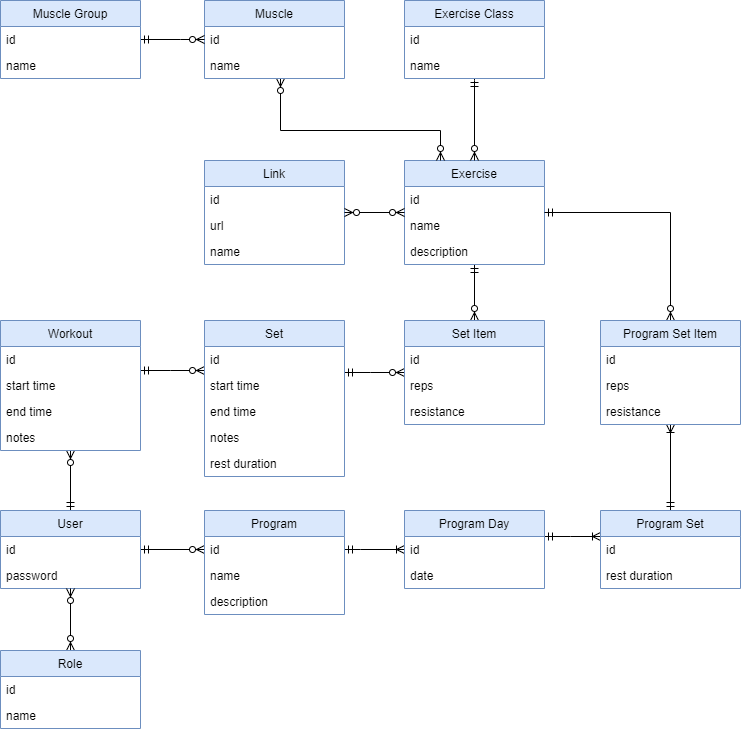
toivjon/max-pondus keeps this draw.io diagram as documentation/entities.png. Above is the earlier version. Source tidied: cells renumbered, new cells last; positions are measured from the earlier drawing's top-left corner, leaving out a move shared by most shapes.
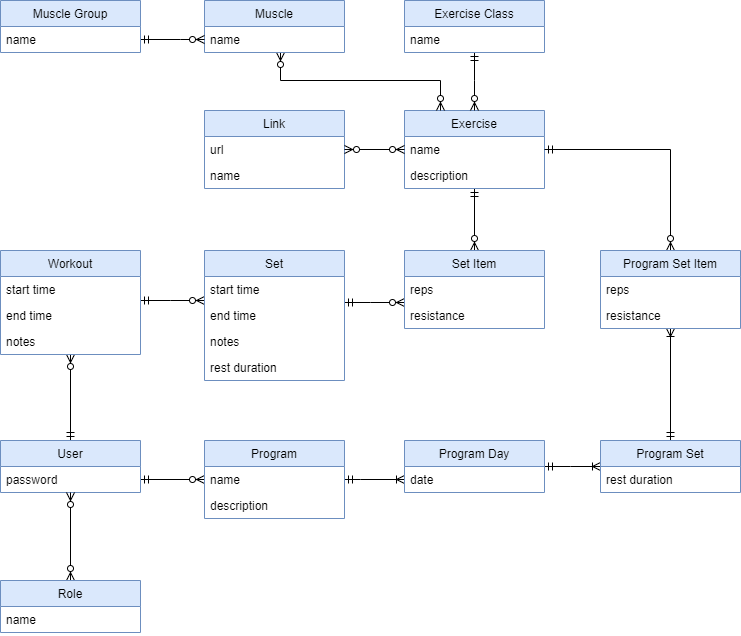
Later version of the same file.

Commit message:
Removed explicit ID attributes from the entity diagram.

What changed in the source:
```diff
@@ -14,93 +14,75 @@
       </mxGeometry>
     </mxCell>
     <mxCell id="4" value="User" style="swimlane;fontStyle=0;horizontal=1;startSize=26;fillColor=#dae8fc;strokeColor=#6c8ebf;" parent="1" vertex="1">
-      <mxGeometry y="510" width="140" height="78" as="geometry" />
+      <mxGeometry y="510" width="140" height="52" as="geometry" />
     </mxCell>
-    <mxCell id="5" value="id" style="text;strokeColor=none;fillColor=none;align=left;verticalAlign=top;spacingLeft=4;spacingRight=4;overflow=hidden;" parent="4" vertex="1">
-      <mxGeometry y="26" width="140" height="26" as="geometry" />
-    </mxCell>
     <mxCell id="6" value="password" style="text;strokeColor=none;fillColor=none;align=left;verticalAlign=top;spacingLeft=4;spacingRight=4;overflow=hidden;" parent="4" vertex="1">
-      <mxGeometry y="52" width="140" height="26" as="geometry" />
+      <mxGeometry y="26" width="140" height="26" as="geometry" />
     </mxCell>
     <mxCell id="7" style="edgeStyle=orthogonalEdgeStyle;rounded=0;jettySize=auto;html=1;endArrow=ERzeroToMany;endFill=1;startArrow=ERzeroToMany;startFill=1;" parent="1" edge="1" source="8" target="4">
       <mxGeometry relative="1" as="geometry" />
     </mxCell>
     <mxCell id="8" value="Role" style="swimlane;fontStyle=0;horizontal=1;startSize=26;fillColor=#dae8fc;strokeColor=#6c8ebf;" parent="1" vertex="1">
-      <mxGeometry y="650" width="140" height="78" as="geometry" />
+      <mxGeometry y="650" width="140" height="52" as="geometry" />
     </mxCell>
-    <mxCell id="9" value="id" style="text;strokeColor=none;fillColor=none;align=left;verticalAlign=top;spacingLeft=4;spacingRight=4;overflow=hidden;" parent="8" vertex="1">
-      <mxGeometry y="26" width="140" height="26" as="geometry" />
-    </mxCell>
     <mxCell id="10" value="name" style="text;strokeColor=none;fillColor=none;align=left;verticalAlign=top;spacingLeft=4;spacingRight=4;overflow=hidden;" parent="8" vertex="1">
-      <mxGeometry y="52" width="140" height="26" as="geometry" />
+      <mxGeometry y="26" width="140" height="26" as="geometry" />
     </mxCell>
     <mxCell id="11" style="edgeStyle=orthogonalEdgeStyle;rounded=0;jettySize=auto;html=1;startArrow=ERmandOne;startFill=0;endArrow=ERzeroToMany;endFill=1;" parent="1" edge="1" source="12" target="42">
       <mxGeometry relative="1" as="geometry" />
     </mxCell>
     <mxCell id="12" value="Exercise" style="swimlane;fontStyle=0;horizontal=1;startSize=26;fillColor=#dae8fc;strokeColor=#6c8ebf;" parent="1" vertex="1">
-      <mxGeometry x="404" y="160" width="140" height="104" as="geometry" />
+      <mxGeometry x="404" y="180" width="140" height="78" as="geometry" />
     </mxCell>
-    <mxCell id="13" value="id" style="text;strokeColor=none;fillColor=none;align=left;verticalAlign=top;spacingLeft=4;spacingRight=4;overflow=hidden;" parent="12" vertex="1">
-      <mxGeometry y="26" width="140" height="26" as="geometry" />
-    </mxCell>
     <mxCell id="14" value="name" style="text;align=left;verticalAlign=top;spacingLeft=4;spacingRight=4;overflow=hidden;" parent="12" vertex="1">
-      <mxGeometry y="52" width="140" height="26" as="geometry" />
+      <mxGeometry y="26" width="140" height="26" as="geometry" />
     </mxCell>
     <mxCell id="15" value="description" style="text;align=left;verticalAlign=top;spacingLeft=4;spacingRight=4;overflow=hidden;" parent="12" vertex="1">
-      <mxGeometry y="78" width="140" height="26" as="geometry" />
+      <mxGeometry y="52" width="140" height="26" as="geometry" />
     </mxCell>
     <mxCell id="16" value="Link" style="swimlane;fontStyle=0;horizontal=1;startSize=26;fillColor=#dae8fc;strokeColor=#6c8ebf;" parent="1" vertex="1">
-      <mxGeometry x="204" y="160" width="140" height="104" as="geometry" />
+      <mxGeometry x="204" y="180" width="140" height="78" as="geometry" />
     </mxCell>
-    <mxCell id="17" value="id" style="text;strokeColor=none;fillColor=none;align=left;verticalAlign=top;spacingLeft=4;spacingRight=4;overflow=hidden;" parent="16" vertex="1">
-      <mxGeometry y="26" width="140" height="26" as="geometry" />
-    </mxCell>
     <mxCell id="18" value="url" style="text;strokeColor=none;fillColor=none;align=left;verticalAlign=top;spacingLeft=4;spacingRight=4;overflow=hidden;" parent="16" vertex="1">
-      <mxGeometry y="52" width="140" height="26" as="geometry" />
+      <mxGeometry y="26" width="140" height="26" as="geometry" />
     </mxCell>
     <mxCell id="19" value="name" style="text;align=left;verticalAlign=top;spacingLeft=4;spacingRight=4;overflow=hidden;" parent="16" vertex="1">
-      <mxGeometry y="78" width="140" height="26" as="geometry" />
+      <mxGeometry y="52" width="140" height="26" as="geometry" />
     </mxCell>
     <mxCell id="20" style="edgeStyle=orthogonalEdgeStyle;rounded=0;jettySize=auto;html=1;startArrow=ERzeroToMany;startFill=1;endArrow=ERzeroToMany;endFill=1;" parent="1" edge="1" source="12" target="16">
       <mxGeometry relative="1" as="geometry">
         <Array as="points">
-          <mxPoint x="274" y="230" />
+          <mxPoint x="274" y="250" />
         </Array>
       </mxGeometry>
     </mxCell>
     <mxCell id="21" style="edgeStyle=orthogonalEdgeStyle;rounded=0;jettySize=auto;html=1;startArrow=ERzeroToMany;startFill=1;endArrow=ERzeroToMany;endFill=1;" parent="1" edge="1" source="22" target="12">
       <mxGeometry relative="1" as="geometry">
         <Array as="points">
-          <mxPoint x="280" y="130" />
-          <mxPoint x="440" y="130" />
+          <mxPoint x="280" y="150" />
+          <mxPoint x="440" y="150" />
         </Array>
       </mxGeometry>
     </mxCell>
     <mxCell id="22" value="Muscle" style="swimlane;fontStyle=0;horizontal=1;startSize=26;fillColor=#dae8fc;strokeColor=#6c8ebf;" parent="1" vertex="1">
-      <mxGeometry x="204" width="140" height="78" as="geometry" />
+      <mxGeometry x="204" y="70" width="140" height="52" as="geometry" />
     </mxCell>
-    <mxCell id="23" value="id" style="text;strokeColor=none;fillColor=none;align=left;verticalAlign=top;spacingLeft=4;spacingRight=4;overflow=hidden;" parent="22" vertex="1">
-      <mxGeometry y="26" width="140" height="26" as="geometry" />
-    </mxCell>
     <mxCell id="24" value="name" style="text;strokeColor=none;fillColor=none;align=left;verticalAlign=top;spacingLeft=4;spacingRight=4;overflow=hidden;" parent="22" vertex="1">
-      <mxGeometry y="52" width="140" height="26" as="geometry" />
+      <mxGeometry y="26" width="140" height="26" as="geometry" />
     </mxCell>
     <mxCell id="25" style="edgeStyle=orthogonalEdgeStyle;rounded=0;jettySize=auto;html=1;startArrow=ERmandOne;startFill=0;endArrow=ERzeroToMany;endFill=1;" parent="1" edge="1" source="26" target="12">
       <mxGeometry relative="1" as="geometry">
         <Array as="points">
-          <mxPoint x="474" y="80" />
-          <mxPoint x="474" y="80" />
+          <mxPoint x="474" y="150" />
+          <mxPoint x="474" y="150" />
         </Array>
       </mxGeometry>
     </mxCell>
     <mxCell id="26" value="Exercise Class" style="swimlane;fontStyle=0;horizontal=1;startSize=26;fillColor=#dae8fc;strokeColor=#6c8ebf;" parent="1" vertex="1">
-      <mxGeometry x="404" width="140" height="78" as="geometry" />
+      <mxGeometry x="404" y="70" width="140" height="52" as="geometry" />
     </mxCell>
-    <mxCell id="27" value="id" style="text;strokeColor=none;fillColor=none;align=left;verticalAlign=top;spacingLeft=4;spacingRight=4;overflow=hidden;" parent="26" vertex="1">
-      <mxGeometry y="26" width="140" height="26" as="geometry" />
-    </mxCell>
     <mxCell id="28" value="name" style="text;strokeColor=none;fillColor=none;align=left;verticalAlign=top;spacingLeft=4;spacingRight=4;overflow=hidden;" parent="26" vertex="1">
-      <mxGeometry y="52" width="140" height="26" as="geometry" />
+      <mxGeometry y="26" width="140" height="26" as="geometry" />
     </mxCell>
     <mxCell id="29" style="edgeStyle=orthogonalEdgeStyle;rounded=0;jettySize=auto;html=1;startArrow=ERmandOne;startFill=0;endArrow=ERzeroToMany;endFill=1;" parent="1" edge="1" source="30" target="36">
       <mxGeometry relative="1" as="geometry">
@@ -111,19 +93,16 @@
       </mxGeometry>
     </mxCell>
     <mxCell id="30" value="Workout" style="swimlane;fontStyle=0;horizontal=1;startSize=26;fillColor=#dae8fc;strokeColor=#6c8ebf;" parent="1" vertex="1">
-      <mxGeometry y="320" width="140" height="130" as="geometry" />
+      <mxGeometry y="320" width="140" height="104" as="geometry" />
     </mxCell>
-    <mxCell id="31" value="id" style="text;strokeColor=none;fillColor=none;align=left;verticalAlign=top;spacingLeft=4;spacingRight=4;overflow=hidden;" parent="30" vertex="1">
-      <mxGeometry y="26" width="140" height="26" as="geometry" />
-    </mxCell>
     <mxCell id="32" value="start time" style="text;strokeColor=none;fillColor=none;align=left;verticalAlign=top;spacingLeft=4;spacingRight=4;overflow=hidden;" parent="30" vertex="1">
-      <mxGeometry y="52" width="140" height="26" as="geometry" />
+      <mxGeometry y="26" width="140" height="26" as="geometry" />
     </mxCell>
     <mxCell id="33" value="end time" style="text;strokeColor=none;fillColor=none;align=left;verticalAlign=top;spacingLeft=4;spacingRight=4;overflow=hidden;" parent="30" vertex="1">
-      <mxGeometry y="78" width="140" height="26" as="geometry" />
+      <mxGeometry y="52" width="140" height="26" as="geometry" />
     </mxCell>
     <mxCell id="34" value="notes" style="text;strokeColor=none;fillColor=none;align=left;verticalAlign=top;spacingLeft=4;spacingRight=4;overflow=hidden;" parent="30" vertex="1">
-      <mxGeometry y="104" width="140" height="26" as="geometry" />
+      <mxGeometry y="78" width="140" height="26" as="geometry" />
     </mxCell>
     <mxCell id="35" style="edgeStyle=orthogonalEdgeStyle;rounded=0;jettySize=auto;html=1;startArrow=ERmandOne;startFill=0;endArrow=ERzeroToMany;endFill=1;" parent="1" edge="1" source="36" target="42">
       <mxGeometry relative="1" as="geometry">
@@ -134,51 +113,42 @@
       </mxGeometry>
     </mxCell>
     <mxCell id="36" value="Set" style="swimlane;fontStyle=0;horizontal=1;startSize=26;fillColor=#dae8fc;strokeColor=#6c8ebf;" parent="1" vertex="1">
-      <mxGeometry x="204" y="320" width="140" height="156" as="geometry" />
+      <mxGeometry x="204" y="320" width="140" height="130" as="geometry" />
     </mxCell>
-    <mxCell id="37" value="id" style="text;strokeColor=none;fillColor=none;align=left;verticalAlign=top;spacingLeft=4;spacingRight=4;overflow=hidden;" parent="36" vertex="1">
-      <mxGeometry y="26" width="140" height="26" as="geometry" />
-    </mxCell>
     <mxCell id="38" value="start time" style="text;strokeColor=none;fillColor=none;align=left;verticalAlign=top;spacingLeft=4;spacingRight=4;overflow=hidden;" parent="36" vertex="1">
-      <mxGeometry y="52" width="140" height="26" as="geometry" />
+      <mxGeometry y="26" width="140" height="26" as="geometry" />
     </mxCell>
     <mxCell id="39" value="end time" style="text;strokeColor=none;fillColor=none;align=left;verticalAlign=top;spacingLeft=4;spacingRight=4;overflow=hidden;" parent="36" vertex="1">
-      <mxGeometry y="78" width="140" height="26" as="geometry" />
+      <mxGeometry y="52" width="140" height="26" as="geometry" />
     </mxCell>
     <mxCell id="40" value="notes" style="text;strokeColor=none;fillColor=none;align=left;verticalAlign=top;spacingLeft=4;spacingRight=4;overflow=hidden;" parent="36" vertex="1">
-      <mxGeometry y="104" width="140" height="26" as="geometry" />
+      <mxGeometry y="78" width="140" height="26" as="geometry" />
     </mxCell>
     <mxCell id="41" value="rest duration" style="text;align=left;verticalAlign=top;spacingLeft=4;spacingRight=4;overflow=hidden;" parent="36" vertex="1">
-      <mxGeometry y="130" width="140" height="26" as="geometry" />
+      <mxGeometry y="104" width="140" height="26" as="geometry" />
     </mxCell>
     <mxCell id="42" value="Set Item" style="swimlane;fontStyle=0;horizontal=1;startSize=26;fillColor=#dae8fc;strokeColor=#6c8ebf;" parent="1" vertex="1">
-      <mxGeometry x="404" y="320" width="140" height="104" as="geometry" />
+      <mxGeometry x="404" y="320" width="140" height="78" as="geometry" />
     </mxCell>
-    <mxCell id="43" value="id" style="text;strokeColor=none;fillColor=none;align=left;verticalAlign=top;spacingLeft=4;spacingRight=4;overflow=hidden;" parent="42" vertex="1">
-      <mxGeometry y="26" width="140" height="26" as="geometry" />
-    </mxCell>
     <mxCell id="44" value="reps" style="text;strokeColor=none;fillColor=none;align=left;verticalAlign=top;spacingLeft=4;spacingRight=4;overflow=hidden;" parent="42" vertex="1">
-      <mxGeometry y="52" width="140" height="26" as="geometry" />
+      <mxGeometry y="26" width="140" height="26" as="geometry" />
     </mxCell>
     <mxCell id="45" value="resistance" style="text;strokeColor=none;fillColor=none;align=left;verticalAlign=top;spacingLeft=4;spacingRight=4;overflow=hidden;" parent="42" vertex="1">
-      <mxGeometry y="78" width="140" height="26" as="geometry" />
+      <mxGeometry y="52" width="140" height="26" as="geometry" />
     </mxCell>
     <mxCell id="46" style="edgeStyle=orthogonalEdgeStyle;rounded=0;jettySize=auto;html=1;startArrow=ERmandOne;startFill=0;endArrow=ERzeroToMany;endFill=1;" parent="1" edge="1" source="47" target="22">
       <mxGeometry relative="1" as="geometry">
         <Array as="points">
-          <mxPoint x="180" y="39" />
-          <mxPoint x="180" y="39" />
+          <mxPoint x="180" y="109" />
+          <mxPoint x="180" y="109" />
         </Array>
       </mxGeometry>
     </mxCell>
     <mxCell id="47" value="Muscle Group" style="swimlane;fontStyle=0;horizontal=1;startSize=26;fillColor=#dae8fc;strokeColor=#6c8ebf;" parent="1" vertex="1">
-      <mxGeometry width="140" height="78" as="geometry" />
+      <mxGeometry y="70" width="140" height="52" as="geometry" />
     </mxCell>
-    <mxCell id="48" value="id" style="text;strokeColor=none;fillColor=none;align=left;verticalAlign=top;spacingLeft=4;spacingRight=4;overflow=hidden;" parent="47" vertex="1">
-      <mxGeometry y="26" width="140" height="26" as="geometry" />
-    </mxCell>
     <mxCell id="49" value="name" style="text;strokeColor=none;fillColor=none;align=left;verticalAlign=top;spacingLeft=4;spacingRight=4;overflow=hidden;" parent="47" vertex="1">
-      <mxGeometry y="52" width="140" height="26" as="geometry" />
+      <mxGeometry y="26" width="140" height="26" as="geometry" />
     </mxCell>
     <mxCell id="50" style="edgeStyle=orthogonalEdgeStyle;rounded=0;jettySize=auto;html=1;startArrow=ERmandOne;startFill=0;endArrow=ERoneToMany;endFill=0;" parent="1" edge="1" source="51" target="56">
       <mxGeometry relative="1" as="geometry">
@@ -189,16 +159,13 @@
       </mxGeometry>
     </mxCell>
     <mxCell id="51" value="Program" style="swimlane;fontStyle=0;horizontal=1;startSize=26;fillColor=#dae8fc;strokeColor=#6c8ebf;" parent="1" vertex="1">
-      <mxGeometry x="204" y="510" width="140" height="104" as="geometry" />
+      <mxGeometry x="204" y="510" width="140" height="78" as="geometry" />
     </mxCell>
-    <mxCell id="52" value="id" style="text;strokeColor=none;fillColor=none;align=left;verticalAlign=top;spacingLeft=4;spacingRight=4;overflow=hidden;" parent="51" vertex="1">
-      <mxGeometry y="26" width="140" height="26" as="geometry" />
-    </mxCell>
     <mxCell id="53" value="name" style="text;strokeColor=none;fillColor=none;align=left;verticalAlign=top;spacingLeft=4;spacingRight=4;overflow=hidden;" parent="51" vertex="1">
-      <mxGeometry y="52" width="140" height="26" as="geometry" />
+      <mxGeometry y="26" width="140" height="26" as="geometry" />
     </mxCell>
     <mxCell id="54" value="description" style="text;strokeColor=none;fillColor=none;align=left;verticalAlign=top;spacingLeft=4;spacingRight=4;overflow=hidden;" parent="51" vertex="1">
-      <mxGeometry y="78" width="140" height="26" as="geometry" />
+      <mxGeometry y="52" width="140" height="26" as="geometry" />
     </mxCell>
     <mxCell id="55" style="edgeStyle=orthogonalEdgeStyle;rounded=0;jettySize=auto;html=1;startArrow=ERmandOne;startFill=0;endArrow=ERoneToMany;endFill=0;" parent="1" edge="1" source="56" target="60">
       <mxGeometry relative="1" as="geometry">
@@ -209,44 +176,35 @@
       </mxGeometry>
     </mxCell>
     <mxCell id="56" value="Program Day" style="swimlane;fontStyle=0;horizontal=1;startSize=26;fillColor=#dae8fc;strokeColor=#6c8ebf;" parent="1" vertex="1">
-      <mxGeometry x="404" y="510" width="140" height="78" as="geometry" />
+      <mxGeometry x="404" y="510" width="140" height="52" as="geometry" />
     </mxCell>
-    <mxCell id="57" value="id" style="text;strokeColor=none;fillColor=none;align=left;verticalAlign=top;spacingLeft=4;spacingRight=4;overflow=hidden;" parent="56" vertex="1">
-      <mxGeometry y="26" width="140" height="26" as="geometry" />
-    </mxCell>
     <mxCell id="58" value="date" style="text;strokeColor=none;fillColor=none;align=left;verticalAlign=top;spacingLeft=4;spacingRight=4;overflow=hidden;" parent="56" vertex="1">
-      <mxGeometry y="52" width="140" height="26" as="geometry" />
+      <mxGeometry y="26" width="140" height="26" as="geometry" />
     </mxCell>
     <mxCell id="59" style="edgeStyle=orthogonalEdgeStyle;rounded=0;jettySize=auto;html=1;startArrow=ERmandOne;startFill=0;endArrow=ERoneToMany;endFill=0;" parent="1" edge="1" source="60" target="64">
       <mxGeometry relative="1" as="geometry" />
     </mxCell>
     <mxCell id="60" value="Program Set" style="swimlane;fontStyle=0;horizontal=1;startSize=26;fillColor=#dae8fc;strokeColor=#6c8ebf;" parent="1" vertex="1">
-      <mxGeometry x="600" y="510" width="140" height="78" as="geometry" />
+      <mxGeometry x="600" y="510" width="140" height="52" as="geometry" />
     </mxCell>
-    <mxCell id="61" value="id" style="text;strokeColor=none;fillColor=none;align=left;verticalAlign=top;spacingLeft=4;spacingRight=4;overflow=hidden;" parent="60" vertex="1">
-      <mxGeometry y="26" width="140" height="26" as="geometry" />
-    </mxCell>
     <mxCell id="62" value="rest duration" style="text;align=left;verticalAlign=top;spacingLeft=4;spacingRight=4;overflow=hidden;" parent="60" vertex="1">
-      <mxGeometry y="52" width="140" height="26" as="geometry" />
+      <mxGeometry y="26" width="140" height="26" as="geometry" />
     </mxCell>
     <mxCell id="63" style="edgeStyle=orthogonalEdgeStyle;rounded=0;jettySize=auto;html=1;startArrow=ERzeroToMany;startFill=1;endArrow=ERmandOne;endFill=0;" parent="1" edge="1" source="64" target="12">
       <mxGeometry relative="1" as="geometry">
         <Array as="points">
-          <mxPoint x="670" y="212" />
+          <mxPoint x="670" y="219" />
         </Array>
       </mxGeometry>
     </mxCell>
     <mxCell id="64" value="Program Set Item" style="swimlane;fontStyle=0;horizontal=1;startSize=26;fillColor=#dae8fc;strokeColor=#6c8ebf;" parent="1" vertex="1">
-      <mxGeometry x="600" y="320" width="140" height="104" as="geometry" />
+      <mxGeometry x="600" y="320" width="140" height="78" as="geometry" />
     </mxCell>
-    <mxCell id="65" value="id" style="text;strokeColor=none;fillColor=none;align=left;verticalAlign=top;spacingLeft=4;spacingRight=4;overflow=hidden;" parent="64" vertex="1">
-      <mxGeometry y="26" width="140" height="26" as="geometry" />
-    </mxCell>
     <mxCell id="66" value="reps" style="text;strokeColor=none;fillColor=none;align=left;verticalAlign=top;spacingLeft=4;spacingRight=4;overflow=hidden;" parent="64" vertex="1">
-      <mxGeometry y="52" width="140" height="26" as="geometry" />
+      <mxGeometry y="26" width="140" height="26" as="geometry" />
     </mxCell>
     <mxCell id="67" value="resistance" style="text;strokeColor=none;fillColor=none;align=left;verticalAlign=top;spacingLeft=4;spacingRight=4;overflow=hidden;" parent="64" vertex="1">
-      <mxGeometry y="78" width="140" height="26" as="geometry" />
+      <mxGeometry y="52" width="140" height="26" as="geometry" />
     </mxCell>
   </root>
 </mxGraphModel>
```
